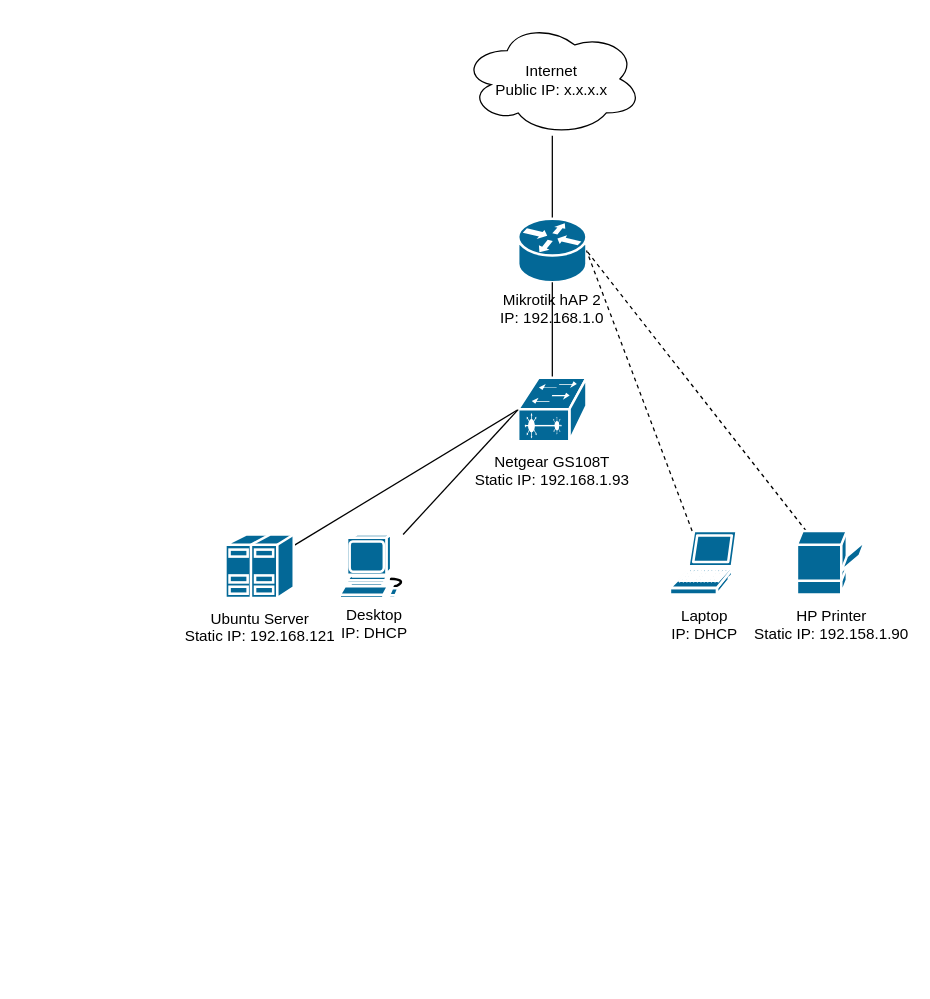
The draw.io diagram Homelab.drawio in GGus99/homelab-security-stack, before the edit. Source tidied: cells renumbered, new cells numbered last; positions are measured from the earlier drawing's top-left corner, leaving out a move shared by most shapes. Both pictures are drawn from the tidied source at 127%, with x=0, y=0 at pixel (225, 22).
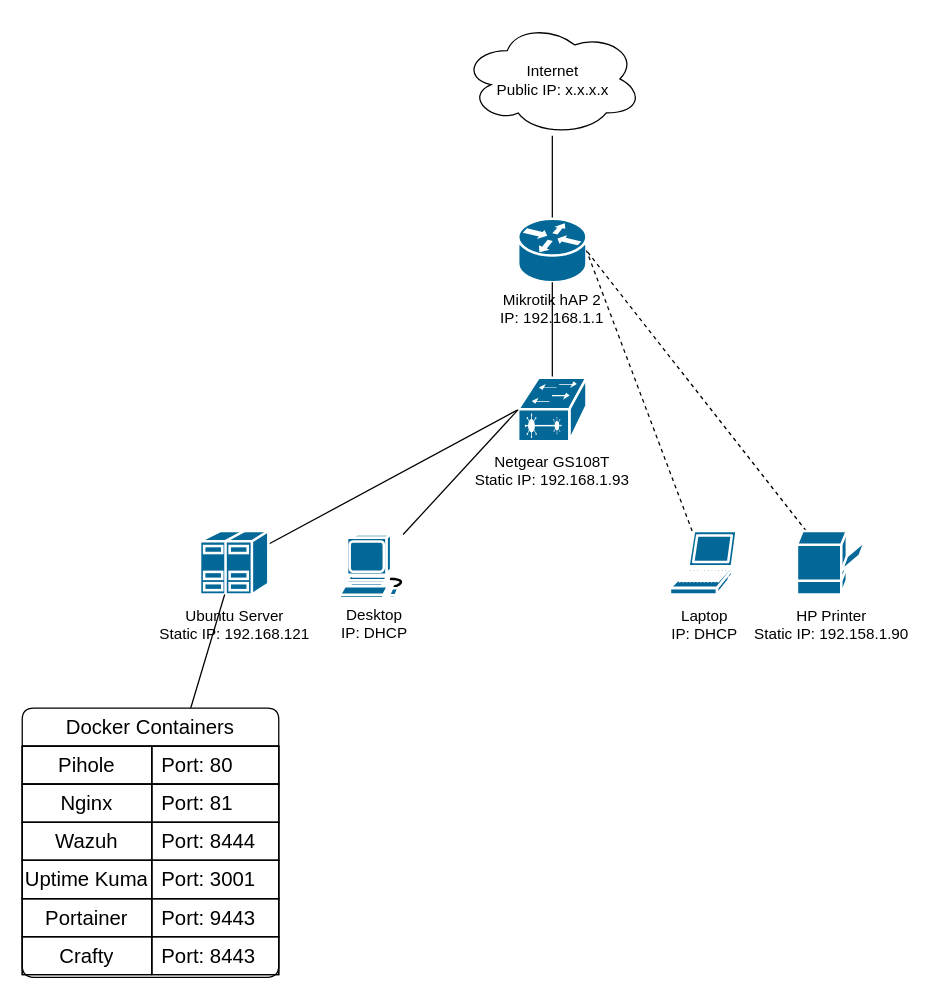
The same page after the edit.

Commit message:
Updated to include docker containers Homelab.drawio

The edit, as a diff of the source:
```diff
@@
-    <mxCell id="3" value="Mikrotik hAP 2&lt;div&gt;IP: 192.168.1.0&lt;/div&gt;" style="html=1;image=img/lib/clip_art/networking/Router_Icon_128x128.png;labelPerimeter=1;strokeColor=#ffffff;sketch=0;dashed=0;fillColor=#036897;strokeWidth=2;verticalLabelPosition=bottom;verticalAlign=top;outlineConnect=0;shape=mxgraph.cisco.routers.router;" parent="1" vertex="1">
+    <mxCell id="3" value="Mikrotik hAP 2&lt;div&gt;IP: 192.168.1.1&lt;/div&gt;" style="html=1;image=img/lib/clip_art/networking/Router_Icon_128x128.png;labelPerimeter=1;strokeColor=#ffffff;sketch=0;dashed=0;fillColor=#036897;strokeWidth=2;verticalLabelPosition=bottom;verticalAlign=top;outlineConnect=0;shape=mxgraph.cisco.routers.router;" parent="1" vertex="1">
       <mxGeometry x="230.5" y="154.7" width="53.8" height="50" as="geometry" />
     </mxCell>
@@
     <mxCell id="7" value="Ubuntu Server&lt;div&gt;Static IP: 192.168.121&lt;/div&gt;" style="html=1;align=center;shadow=0;dashed=0;spacingTop=3;image=img/lib/active_directory/generic_server.svg;labelPerimeter=1;strokeColor=#ffffff;sketch=0;fillColor=#036897;strokeWidth=2;verticalLabelPosition=bottom;verticalAlign=top;outlineConnect=0;shape=mxgraph.cisco.servers.standard_host;" parent="1" vertex="1">
-      <mxGeometry y="403.4" width="53.8" height="50" as="geometry" />
+      <mxGeometry x="-20" y="400.6" width="53.8" height="50" as="geometry" />
     </mxCell>
@@
+    <mxCell id="15" style="rounded=0;jettySize=auto;html=1;defaultLabelBackgroundColor=page;endArrow=none;endFill=0;" parent="1" edge="1" source="16" target="7">
+      <mxGeometry x="-0.17" relative="1" as="geometry" />
+    </mxCell>
+    <mxCell id="16" value="Docker Containers" style="rounded=1;arcSize=10;whiteSpace=wrap;html=1;align=center;labelPosition=center;verticalLabelPosition=middle;verticalAlign=middle;shape=table;fontSize=16;fontStyle=0;startSize=30;childLayout=tableLayout;horizontal=1;miterlimit=4;tableRender=collapsed;rowLines=0;" parent="1" vertex="1">
+      <mxGeometry x="-160" y="540" width="202" height="212" as="geometry" />
+    </mxCell>
+    <mxCell id="17" style="shape=tableRow;horizontal=0;startSize=0;swimlaneHead=0;swimlaneBody=0;fillColor=none;strokeColor=inherit;fontSize=16;" parent="16" vertex="1">
+      <mxGeometry y="30" width="202" height="30" as="geometry" />
+    </mxCell>
+    <mxCell id="18" value="Pihole" style="shape=partialRectangle;html=1;whiteSpace=wrap;fillColor=none;overflow=hidden;strokeColor=inherit;fontSize=16;" parent="17" vertex="1">
+      <mxGeometry width="102" height="30" as="geometry" />
+    </mxCell>
+    <mxCell id="19" value="Port: 80" style="shape=partialRectangle;html=1;whiteSpace=wrap;fillColor=none;align=left;spacingLeft=6;overflow=hidden;strokeColor=inherit;fontSize=16;" parent="17" vertex="1">
+      <mxGeometry x="102" width="100" height="30" as="geometry" />
+    </mxCell>
+    <mxCell id="20" style="shape=tableRow;horizontal=0;startSize=0;swimlaneHead=0;swimlaneBody=0;fillColor=none;strokeColor=inherit;fontSize=16;" parent="16" vertex="1">
+      <mxGeometry y="60" width="202" height="30" as="geometry" />
+    </mxCell>
+    <mxCell id="21" value="Nginx" style="shape=partialRectangle;html=1;whiteSpace=wrap;fillColor=none;overflow=hidden;strokeColor=inherit;fontSize=16;" parent="20" vertex="1">
+      <mxGeometry width="102" height="30" as="geometry" />
+    </mxCell>
+    <mxCell id="22" value="Port: 81" style="shape=partialRectangle;html=1;whiteSpace=wrap;fillColor=none;align=left;spacingLeft=6;overflow=hidden;strokeColor=inherit;fontSize=16;" parent="20" vertex="1">
+      <mxGeometry x="102" width="100" height="30" as="geometry" />
+    </mxCell>
+    <mxCell id="23" style="shape=tableRow;horizontal=0;startSize=0;swimlaneHead=0;swimlaneBody=0;fillColor=none;strokeColor=inherit;fontSize=16;" parent="16" vertex="1">
+      <mxGeometry y="90" width="202" height="30" as="geometry" />
+    </mxCell>
+    <mxCell id="24" value="Wazuh" style="shape=partialRectangle;html=1;whiteSpace=wrap;fillColor=none;overflow=hidden;strokeColor=inherit;fontSize=16;" parent="23" vertex="1">
+      <mxGeometry width="102" height="30" as="geometry" />
+    </mxCell>
+    <mxCell id="25" value="Port: 8444" style="shape=partialRectangle;html=1;whiteSpace=wrap;fillColor=none;align=left;spacingLeft=6;overflow=hidden;strokeColor=inherit;fontSize=16;" parent="23" vertex="1">
+      <mxGeometry x="102" width="100" height="30" as="geometry" />
+    </mxCell>
+    <mxCell id="26" style="shape=tableRow;horizontal=0;startSize=0;swimlaneHead=0;swimlaneBody=0;fillColor=none;strokeColor=inherit;fontSize=16;" parent="16" vertex="1">
+      <mxGeometry y="120" width="202" height="30" as="geometry" />
+    </mxCell>
+    <mxCell id="27" value="Uptime Kuma" style="shape=partialRectangle;html=1;whiteSpace=wrap;fillColor=none;overflow=hidden;strokeColor=inherit;fontSize=16;" parent="26" vertex="1">
+      <mxGeometry width="102" height="30" as="geometry" />
+    </mxCell>
+    <mxCell id="28" value="Port: 3001" style="shape=partialRectangle;html=1;whiteSpace=wrap;fillColor=none;align=left;spacingLeft=6;overflow=hidden;strokeColor=inherit;fontSize=16;" parent="26" vertex="1">
+      <mxGeometry x="102" width="100" height="30" as="geometry" />
+    </mxCell>
+    <mxCell id="29" style="shape=tableRow;horizontal=0;startSize=0;swimlaneHead=0;swimlaneBody=0;fillColor=none;strokeColor=inherit;fontSize=16;" parent="16" vertex="1">
+      <mxGeometry y="150" width="202" height="30" as="geometry" />
+    </mxCell>
+    <mxCell id="30" value="Portainer" style="shape=partialRectangle;html=1;whiteSpace=wrap;fillColor=none;overflow=hidden;strokeColor=inherit;fontSize=16;" parent="29" vertex="1">
+      <mxGeometry width="102" height="30" as="geometry" />
+    </mxCell>
+    <mxCell id="31" value="Port: 9443" style="shape=partialRectangle;html=1;whiteSpace=wrap;fillColor=none;align=left;spacingLeft=6;overflow=hidden;strokeColor=inherit;fontSize=16;" parent="29" vertex="1">
+      <mxGeometry x="102" width="100" height="30" as="geometry" />
+    </mxCell>
+    <mxCell id="32" style="shape=tableRow;horizontal=0;startSize=0;swimlaneHead=0;swimlaneBody=0;fillColor=none;strokeColor=inherit;fontSize=16;" parent="16" vertex="1">
+      <mxGeometry y="180" width="202" height="30" as="geometry" />
+    </mxCell>
+    <mxCell id="33" value="Crafty" style="shape=partialRectangle;html=1;whiteSpace=wrap;fillColor=none;overflow=hidden;strokeColor=inherit;fontSize=16;" parent="32" vertex="1">
+      <mxGeometry width="102" height="30" as="geometry" />
+    </mxCell>
+    <mxCell id="34" value="Port: 8443" style="shape=partialRectangle;html=1;whiteSpace=wrap;fillColor=none;align=left;spacingLeft=6;overflow=hidden;strokeColor=inherit;fontSize=16;" parent="32" vertex="1">
+      <mxGeometry x="102" width="100" height="30" as="geometry" />
+    </mxCell>
```
